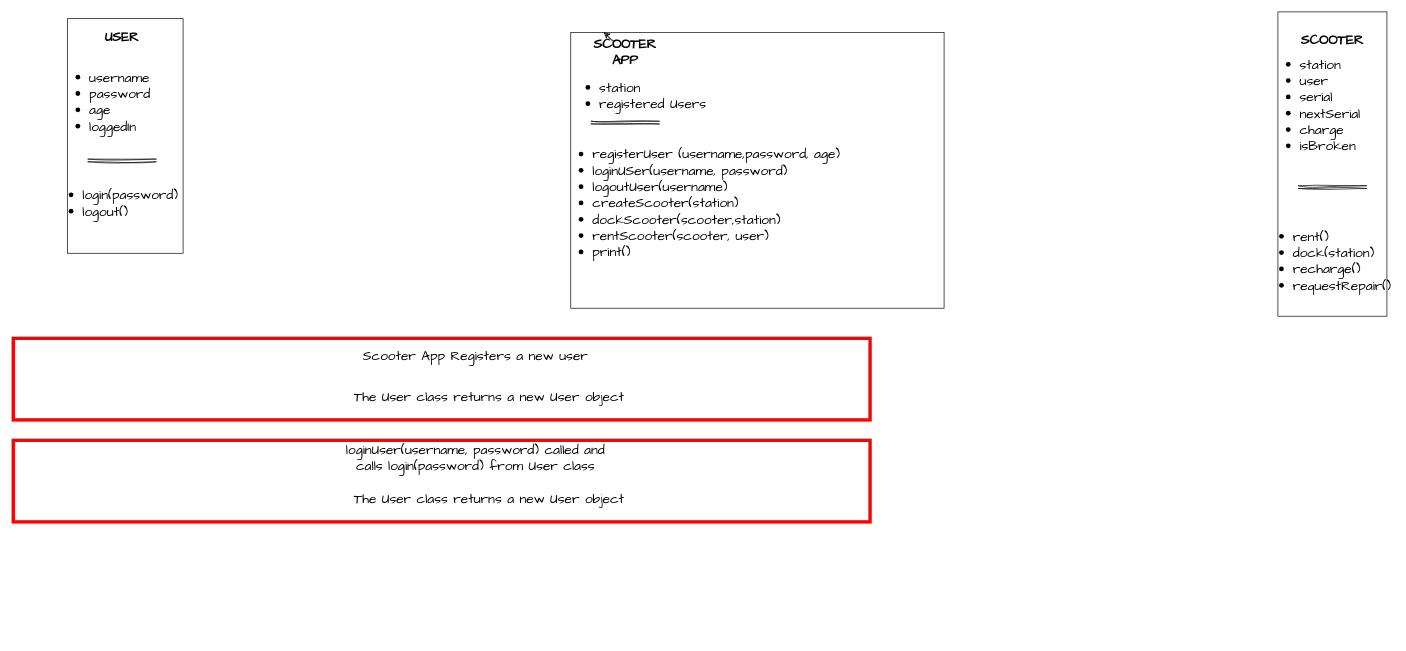
mohammadhussain3/scooter-project keeps this draw.io diagram as scooter.drawio. Above is the earlier version. Source tidied: cells renumbered, new cells numbered last; positions are measured from the earlier drawing's top-left corner, leaving out a move shared by most shapes. Both pictures are drawn from the tidied source at 68%, with x=0, y=0 at pixel (7, -17).
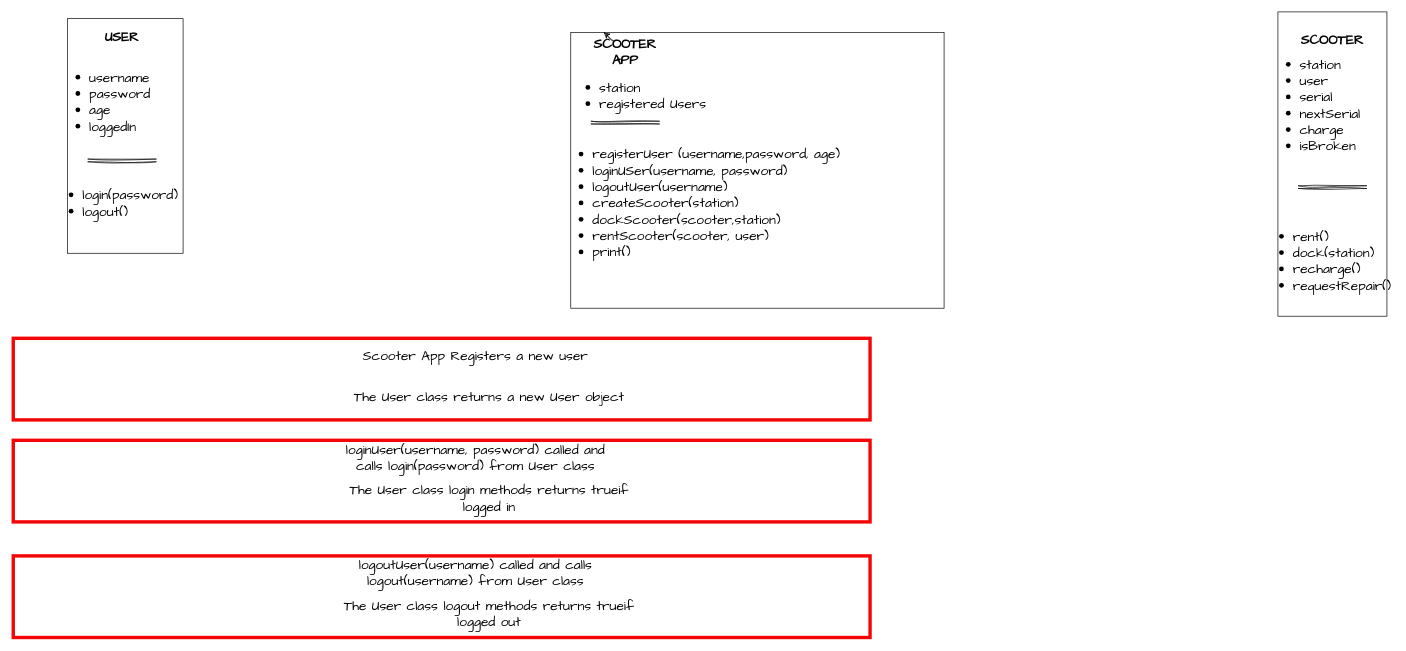
The same diagram, later.

The change refers to these unchanged cells:
```xml
<mxCell id="25" style="group;" parent="1" vertex="1">
  <mxGeometry x="8" y="672" width="1260" height="120" as="geometry" />
</mxCell>
```

What changed in the source:
```diff
@@
-    <mxCell id="28" value="The User class returns a new User object" style="text;strokeColor=none;align=center;fillColor=none;html=1;verticalAlign=middle;whiteSpace=wrap;rounded=0;sketch=0;hachureGap=4;jiggle=2;curveFitting=1;strokeWidth=5;fontFamily=Architects Daughter;fontSize=20;" parent="25" vertex="1">
+    <mxCell id="28" value="The User class login methods returns trueif logged in" style="text;strokeColor=none;align=center;fillColor=none;html=1;verticalAlign=middle;whiteSpace=wrap;rounded=0;sketch=0;hachureGap=4;jiggle=2;curveFitting=1;strokeWidth=5;fontFamily=Architects Daughter;fontSize=20;" parent="25" vertex="1">
       <mxGeometry x="480" y="70" width="440" height="30" as="geometry" />
     </mxCell>
+    <mxCell id="29" style="group;" parent="1" vertex="1">
+      <mxGeometry x="8" y="842" width="1260" height="120" as="geometry" />
+    </mxCell>
+    <mxCell id="30" style="rounded=0;whiteSpace=wrap;html=1;hachureGap=4;strokeColor=#f40606;strokeWidth=5;fontFamily=Architects Daughter;fontSize=20;" parent="29" vertex="1">
+      <mxGeometry width="1260" height="120" as="geometry" />
+    </mxCell>
+    <mxCell id="31" value="logoutUser(username) called and calls logout(username) from User class" style="text;strokeColor=none;align=center;fillColor=none;html=1;verticalAlign=middle;whiteSpace=wrap;rounded=0;sketch=0;hachureGap=4;jiggle=2;curveFitting=1;strokeWidth=5;fontFamily=Architects Daughter;fontSize=20;" parent="29" vertex="1">
+      <mxGeometry x="470" y="10" width="420" height="30" as="geometry" />
+    </mxCell>
+    <mxCell id="32" value="The User class logout methods returns trueif logged out" style="text;strokeColor=none;align=center;fillColor=none;html=1;verticalAlign=middle;whiteSpace=wrap;rounded=0;sketch=0;hachureGap=4;jiggle=2;curveFitting=1;strokeWidth=5;fontFamily=Architects Daughter;fontSize=20;" parent="29" vertex="1">
+      <mxGeometry x="480" y="70" width="440" height="30" as="geometry" />
+    </mxCell>
```
